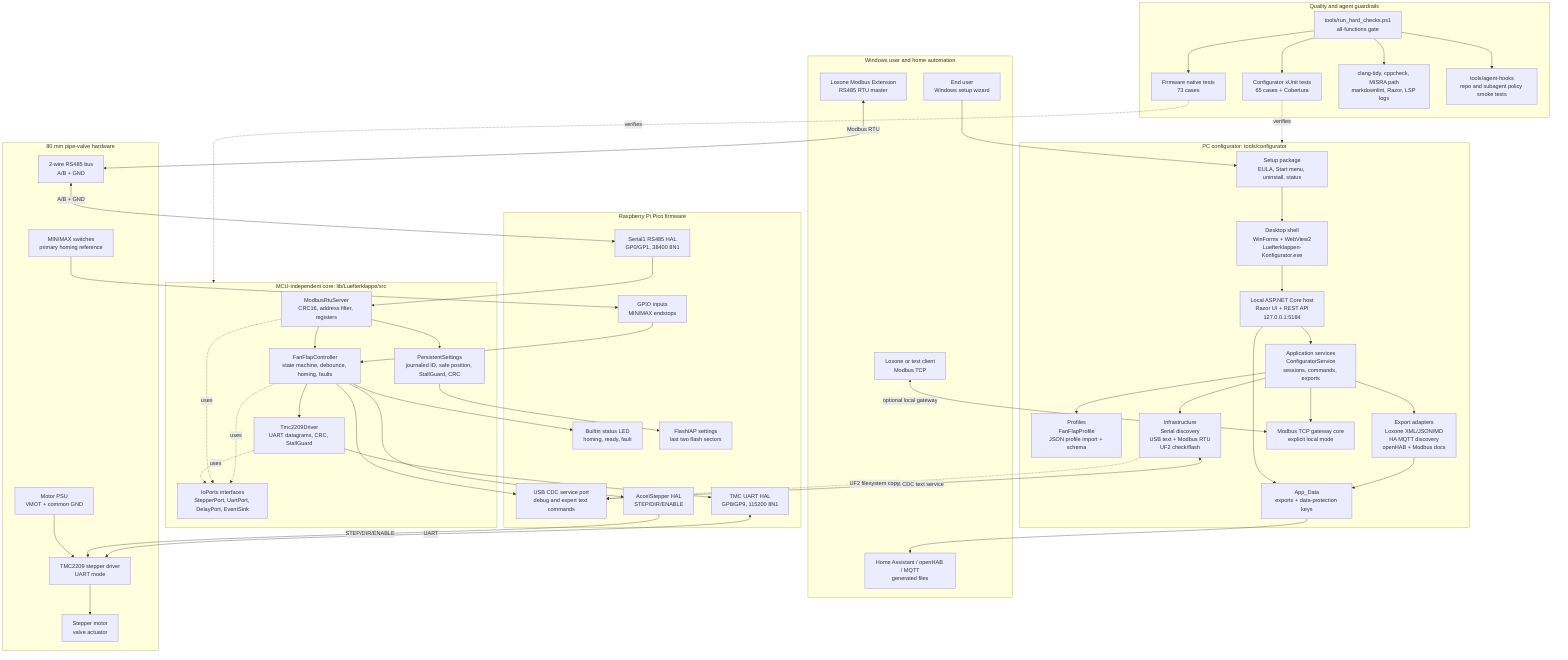
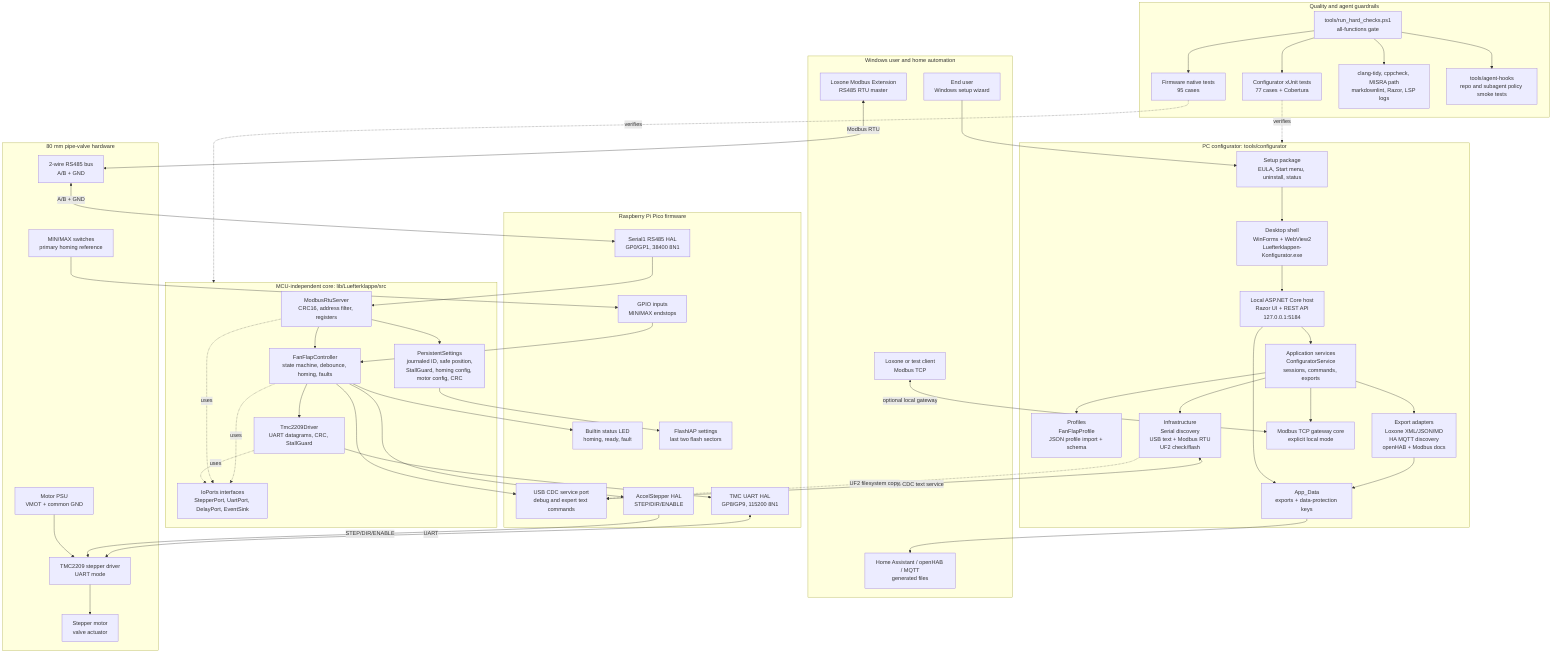
flowchart TB
  subgraph Home["Windows user and home automation"]
    User["End user<br/>Windows setup wizard"]
    LoxoneRtu["Loxone Modbus Extension<br/>RS485 RTU master"]
    LoxoneTcp["Loxone or test client<br/>Modbus TCP"]
    HomeExports["Home Assistant / openHAB / MQTT<br/>generated files"]
  end

  subgraph Configurator["PC configurator: tools/configurator"]
    Installer["Setup package<br/>EULA, Start menu, uninstall, status"]
    Desktop["Desktop shell<br/>WinForms + WebView2<br/>Luefterklappen-Konfigurator.exe"]
    Host["Local ASP.NET Core host<br/>Razor UI + REST API<br/>127.0.0.1:5184"]
    App["Application services<br/>ConfiguratorService<br/>sessions, commands, exports"]
    Profiles["Profiles<br/>FanFlapProfile<br/>JSON profile import + schema"]
    Adapters["Export adapters<br/>Loxone XML/JSON/MD<br/>HA MQTT discovery<br/>openHAB + Modbus docs"]
    Infra["Infrastructure<br/>Serial discovery<br/>USB text + Modbus RTU<br/>UF2 check/flash"]
    TcpGateway["Modbus TCP gateway core<br/>explicit local mode"]
    AppData["App_Data<br/>exports + data-protection keys"]
  end

  subgraph Firmware["Raspberry Pi Pico firmware"]
    Usb["USB CDC service port<br/>debug and expert text commands"]
    Rs485Hal["Serial1 RS485 HAL<br/>GP0/GP1, 38400 8N1"]
    TmcHal["TMC UART HAL<br/>GP8/GP9, 115200 8N1"]
    StepperHal["AccelStepper HAL<br/>STEP/DIR/ENABLE"]
    InputHal["GPIO inputs<br/>MIN/MAX endstops"]
    LedHal["Builtin status LED<br/>homing, ready, fault"]
    FlashHal["FlashIAP settings<br/>last two flash sectors"]
  end

  subgraph Core["MCU-independent core: lib/Luefterklappe/src"]
    Controller["FanFlapController<br/>state machine, debounce, homing, faults"]
    Modbus["ModbusRtuServer<br/>CRC16, address filter, registers"]
    Tmc["Tmc2209Driver<br/>UART datagrams, CRC, StallGuard"]
-     Settings["PersistentSettings<br/>journaled ID, safe position, StallGuard, CRC"]
+     Settings["PersistentSettings<br/>journaled ID, safe position,<br/>StallGuard, homing config, motor config, CRC"]
    Ports["IoPorts interfaces<br/>StepperPort, UartPort, DelayPort, EventSink"]
  end

  subgraph Hardware["80 mm pipe-valve hardware"]
    Rs485Bus["2-wire RS485 bus<br/>A/B + GND"]
    Driver["TMC2209 stepper driver<br/>UART mode"]
    Motor["Stepper motor<br/>valve actuator"]
    MinMax["MIN/MAX switches<br/>primary homing reference"]
    Psu["Motor PSU<br/>VMOT + common GND"]
  end

  subgraph Quality["Quality and agent guardrails"]
    HardGate["tools/run_hard_checks.ps1<br/>all-functions gate"]
-     FirmwareTests["Firmware native tests<br/>73 cases"]
-     ConfigTests["Configurator xUnit tests<br/>65 cases + Cobertura"]
+     FirmwareTests["Firmware native tests<br/>95 cases"]
+     ConfigTests["Configurator xUnit tests<br/>77 cases + Cobertura"]
    StaticChecks["clang-tidy, cppcheck, MISRA path<br/>markdownlint, Razor, LSP logs"]
    AgentHooks["tools/agent-hooks<br/>repo and subagent policy smoke tests"]
  end

  User --> Installer
  Installer --> Desktop
  Desktop --> Host
  Host --> App
  App --> Profiles
  App --> Adapters
  App --> Infra
  App --> TcpGateway
  Adapters --> AppData
  Host --> AppData
  AppData --> HomeExports
  LoxoneTcp <-->|"optional local gateway"| TcpGateway
  Infra <-->|"USB CDC text service"| Usb
  Infra -. "UF2 filesystem copy" .-> Usb

  LoxoneRtu <-->|"Modbus RTU"| Rs485Bus
  Rs485Bus <-->|"A/B + GND"| Rs485Hal
  Rs485Hal --> Modbus
  Modbus --> Controller
  Modbus --> Settings
  Settings --> FlashHal
  Controller --> StepperHal
  Controller --> Tmc
  Controller --> LedHal
  Tmc --> TmcHal
  TmcHal <-->|"UART"| Driver
  StepperHal -->|"STEP/DIR/ENABLE"| Driver
  Driver --> Motor
  Psu --> Driver
  MinMax --> InputHal
  InputHal --> Controller
  Controller --> Usb
  Controller -. uses .-> Ports
  Modbus -. uses .-> Ports
  Tmc -. uses .-> Ports

  HardGate --> FirmwareTests
  HardGate --> ConfigTests
  HardGate --> StaticChecks
  HardGate --> AgentHooks
  FirmwareTests -. verifies .-> Core
  ConfigTests -. verifies .-> Configurator
